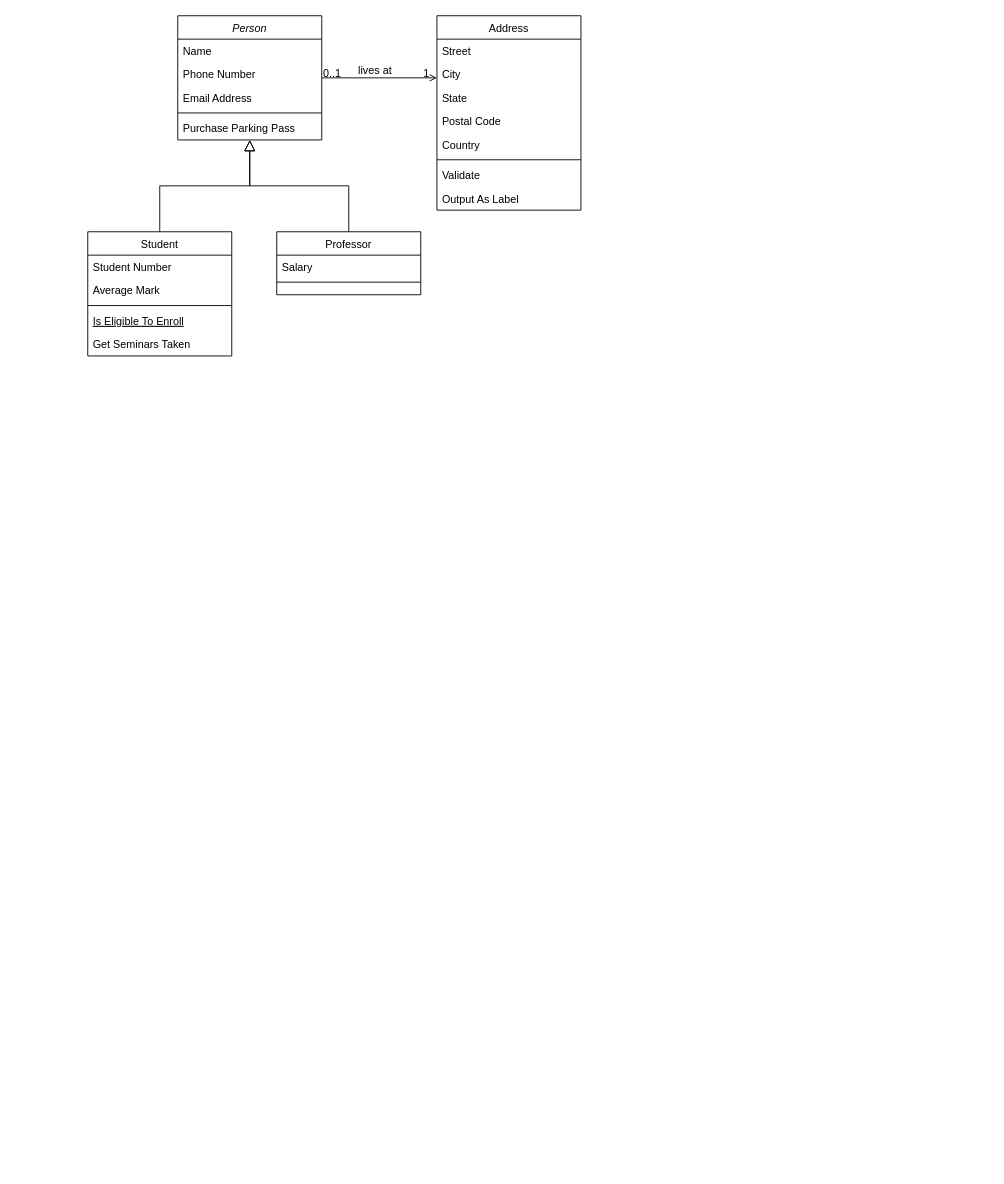
Before: test.drawio in Saito40/motor-controller, a draw.io diagram. Source tidied: cells renumbered, new cells numbered last; positions are measured from the earlier drawing's top-left corner, leaving out a move shared by most shapes. Both pictures are drawn from the tidied source at 90%, with x=0, y=0 at pixel (87, 15).
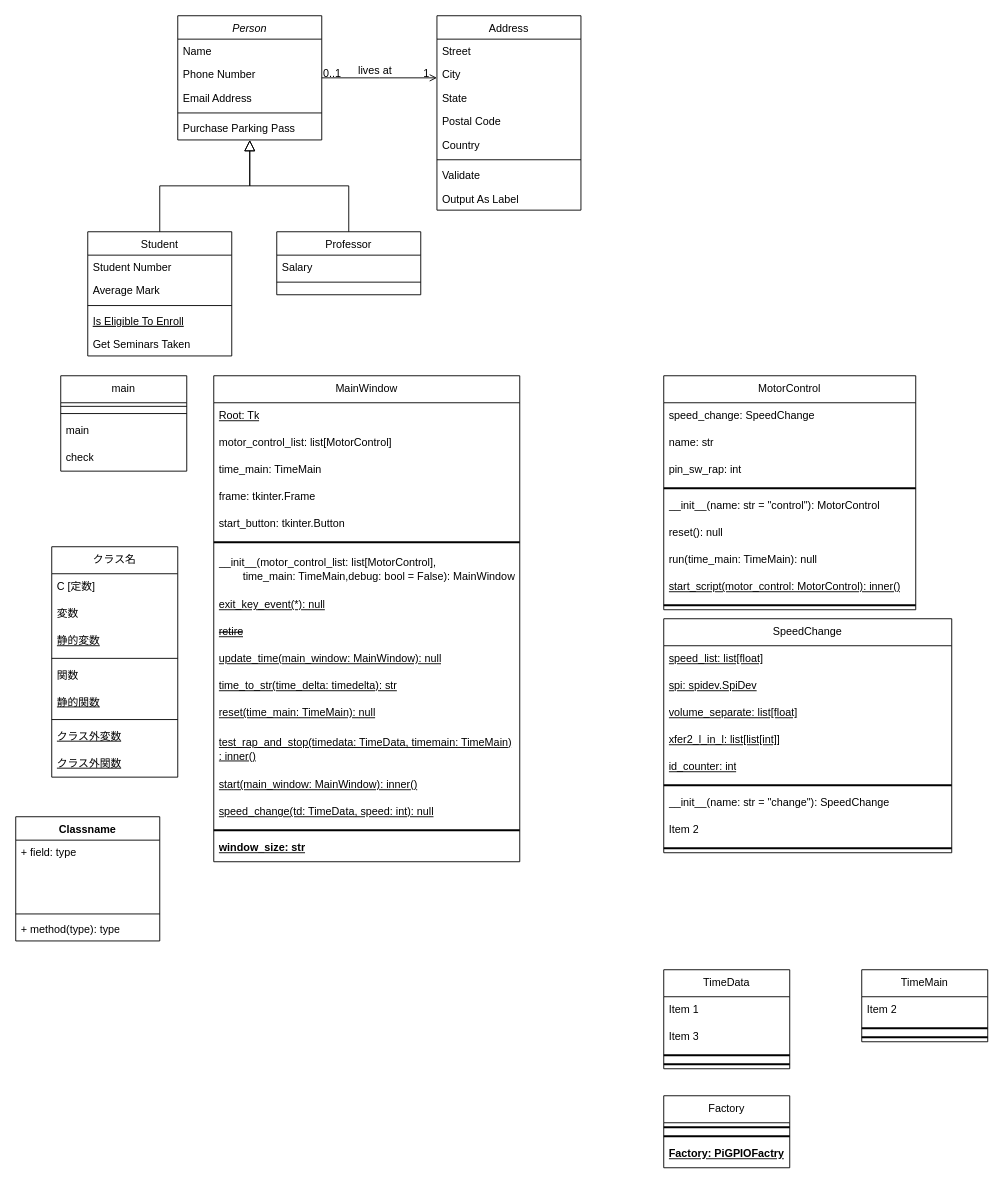
After the change.

Change to the diagram source:
```diff
@@
+    <mxCell id="32" value="main" style="swimlane;fontStyle=0;horizontal=1;startSize=30;whiteSpace=wrap;html=1;" parent="1" vertex="1">
+      <mxGeometry x="-30" y="400" width="140" height="106" as="geometry" />
+    </mxCell>
+    <mxCell id="33" style="line;html=1;strokeWidth=1;align=left;verticalAlign=middle;spacingTop=-1;spacingLeft=3;spacingRight=3;labelPosition=right;" parent="32" vertex="1">
+      <mxGeometry y="30" width="140" height="8" as="geometry" />
+    </mxCell>
+    <mxCell id="34" style="line;html=1;strokeWidth=1;align=left;verticalAlign=middle;spacingTop=-1;spacingLeft=3;spacingRight=3;labelPosition=right;" parent="32" vertex="1">
+      <mxGeometry y="38" width="140" height="8" as="geometry" />
+    </mxCell>
+    <mxCell id="35" value="main" style="text;strokeColor=none;fillColor=none;align=left;verticalAlign=middle;spacingLeft=4;spacingRight=4;overflow=hidden;whiteSpace=wrap;html=1;" parent="32" vertex="1">
+      <mxGeometry y="46" width="140" height="30" as="geometry" />
+    </mxCell>
+    <mxCell id="36" value="check" style="text;strokeColor=none;fillColor=none;align=left;verticalAlign=middle;spacingLeft=4;spacingRight=4;overflow=hidden;whiteSpace=wrap;html=1;" parent="32" vertex="1">
+      <mxGeometry y="76" width="140" height="30" as="geometry" />
+    </mxCell>
+    <mxCell id="37" value="MainWindow" style="swimlane;fontStyle=0;horizontal=1;startSize=30;whiteSpace=wrap;html=1;" parent="1" vertex="1">
+      <mxGeometry x="140" y="400" width="340" height="540" as="geometry" />
+    </mxCell>
+    <mxCell id="38" value="Root: Tk" style="text;strokeColor=none;fillColor=none;align=left;verticalAlign=middle;spacingLeft=4;spacingRight=4;overflow=hidden;whiteSpace=wrap;html=1;fontStyle=4;" parent="37" vertex="1">
+      <mxGeometry y="30" width="340" height="30" as="geometry" />
+    </mxCell>
+    <mxCell id="39" value="motor_control_list: list[MotorControl]" style="text;strokeColor=none;fillColor=none;align=left;verticalAlign=middle;spacingLeft=4;spacingRight=4;overflow=hidden;whiteSpace=wrap;html=1;" parent="37" vertex="1">
+      <mxGeometry y="60" width="340" height="30" as="geometry" />
+    </mxCell>
+    <mxCell id="40" value="time_main: TimeMain" style="text;strokeColor=none;fillColor=none;align=left;verticalAlign=middle;spacingLeft=4;spacingRight=4;overflow=hidden;whiteSpace=wrap;html=1;" parent="37" vertex="1">
+      <mxGeometry y="90" width="340" height="30" as="geometry" />
+    </mxCell>
+    <mxCell id="41" value="frame: tkinter.Frame" style="text;strokeColor=none;fillColor=none;align=left;verticalAlign=middle;spacingLeft=4;spacingRight=4;overflow=hidden;whiteSpace=wrap;html=1;" parent="37" vertex="1">
+      <mxGeometry y="120" width="340" height="30" as="geometry" />
+    </mxCell>
+    <mxCell id="42" value="start_button: tkinter.Button" style="text;strokeColor=none;fillColor=none;align=left;verticalAlign=middle;spacingLeft=4;spacingRight=4;overflow=hidden;whiteSpace=wrap;html=1;" parent="37" vertex="1">
+      <mxGeometry y="150" width="340" height="30" as="geometry" />
+    </mxCell>
+    <mxCell id="43" style="line;strokeWidth=2;html=1;" parent="37" vertex="1">
+      <mxGeometry y="180" width="340" height="10" as="geometry" />
+    </mxCell>
+    <mxCell id="44" value="__init__(motor_control_list: list[MotorControl], &lt;br&gt;&lt;span style=&quot;white-space: pre;&quot;&gt;&#9;&lt;/span&gt;time_main: TimeMain,debug: bool = False): MainWindow" style="text;strokeColor=none;fillColor=none;align=left;verticalAlign=middle;spacingLeft=4;spacingRight=4;overflow=hidden;whiteSpace=wrap;html=1;fontStyle=0;" parent="37" vertex="1">
+      <mxGeometry y="190" width="340" height="50" as="geometry" />
+    </mxCell>
+    <mxCell id="45" value="exit_key_event(*): null" style="text;strokeColor=none;fillColor=none;align=left;verticalAlign=middle;spacingLeft=4;spacingRight=4;overflow=hidden;whiteSpace=wrap;html=1;fontStyle=4;" parent="37" vertex="1">
+      <mxGeometry y="240" width="340" height="30" as="geometry" />
+    </mxCell>
+    <mxCell id="46" value="&lt;strike&gt;retire&lt;/strike&gt;" style="text;strokeColor=none;fillColor=none;align=left;verticalAlign=middle;spacingLeft=4;spacingRight=4;overflow=hidden;whiteSpace=wrap;html=1;fontStyle=4;" parent="37" vertex="1">
+      <mxGeometry y="270" width="340" height="30" as="geometry" />
+    </mxCell>
+    <mxCell id="47" value="update_time(main_window: MainWindow): null" style="text;strokeColor=none;fillColor=none;align=left;verticalAlign=middle;spacingLeft=4;spacingRight=4;overflow=hidden;whiteSpace=wrap;html=1;fontStyle=4;" parent="37" vertex="1">
+      <mxGeometry y="300" width="340" height="30" as="geometry" />
+    </mxCell>
+    <mxCell id="48" value="time_to_str(time_delta: timedelta): str" style="text;strokeColor=none;fillColor=none;align=left;verticalAlign=middle;spacingLeft=4;spacingRight=4;overflow=hidden;whiteSpace=wrap;html=1;fontStyle=4;" parent="37" vertex="1">
+      <mxGeometry y="330" width="340" height="30" as="geometry" />
+    </mxCell>
+    <mxCell id="49" value="reset(time_main: TimeMain): null" style="text;strokeColor=none;fillColor=none;align=left;verticalAlign=middle;spacingLeft=4;spacingRight=4;overflow=hidden;whiteSpace=wrap;html=1;fontStyle=4;" parent="37" vertex="1">
+      <mxGeometry y="360" width="340" height="30" as="geometry" />
+    </mxCell>
+    <mxCell id="50" value="test_rap_and_stop(timedata: TimeData, timemain: TimeMain)&lt;br&gt;: inner()" style="text;strokeColor=none;fillColor=none;align=left;verticalAlign=middle;spacingLeft=4;spacingRight=4;overflow=hidden;whiteSpace=wrap;html=1;fontStyle=4;" parent="37" vertex="1">
+      <mxGeometry y="390" width="340" height="50" as="geometry" />
+    </mxCell>
+    <mxCell id="51" value="start(main_window: MainWindow): inner()" style="text;strokeColor=none;fillColor=none;align=left;verticalAlign=middle;spacingLeft=4;spacingRight=4;overflow=hidden;whiteSpace=wrap;html=1;fontStyle=4;" parent="37" vertex="1">
+      <mxGeometry y="440" width="340" height="30" as="geometry" />
+    </mxCell>
+    <mxCell id="52" value="speed_change(td: TimeData, speed: int): null" style="text;strokeColor=none;fillColor=none;align=left;verticalAlign=middle;spacingLeft=4;spacingRight=4;overflow=hidden;whiteSpace=wrap;html=1;fontStyle=4;" parent="37" vertex="1">
+      <mxGeometry y="470" width="340" height="30" as="geometry" />
+    </mxCell>
+    <mxCell id="53" style="line;strokeWidth=2;html=1;" parent="37" vertex="1">
+      <mxGeometry y="500" width="340" height="10" as="geometry" />
+    </mxCell>
+    <mxCell id="54" value="window_size: str" style="text;strokeColor=none;fillColor=none;align=left;verticalAlign=middle;spacingLeft=4;spacingRight=4;overflow=hidden;whiteSpace=wrap;html=1;fontStyle=5;" parent="37" vertex="1">
+      <mxGeometry y="510" width="340" height="30" as="geometry" />
+    </mxCell>
+    <mxCell id="55" value="MotorControl" style="swimlane;fontStyle=0;horizontal=1;startSize=30;whiteSpace=wrap;html=1;" parent="1" vertex="1">
+      <mxGeometry x="640" y="400" width="280" height="260" as="geometry" />
+    </mxCell>
+    <mxCell id="56" value="speed_change: SpeedChange" style="text;strokeColor=none;fillColor=none;align=left;verticalAlign=middle;spacingLeft=4;spacingRight=4;overflow=hidden;whiteSpace=wrap;html=1;" parent="55" vertex="1">
+      <mxGeometry y="30" width="280" height="30" as="geometry" />
+    </mxCell>
+    <mxCell id="57" value="name: str" style="text;strokeColor=none;fillColor=none;align=left;verticalAlign=middle;spacingLeft=4;spacingRight=4;overflow=hidden;whiteSpace=wrap;html=1;" parent="55" vertex="1">
+      <mxGeometry y="60" width="280" height="30" as="geometry" />
+    </mxCell>
+    <mxCell id="58" value="pin_sw_rap: int" style="text;strokeColor=none;fillColor=none;align=left;verticalAlign=middle;spacingLeft=4;spacingRight=4;overflow=hidden;whiteSpace=wrap;html=1;" parent="55" vertex="1">
+      <mxGeometry y="90" width="280" height="30" as="geometry" />
+    </mxCell>
+    <mxCell id="59" style="line;strokeWidth=2;html=1;" parent="55" vertex="1">
+      <mxGeometry y="120" width="280" height="10" as="geometry" />
+    </mxCell>
+    <mxCell id="60" value="__init__(name: str = &quot;control&quot;): MotorControl" style="text;strokeColor=none;fillColor=none;align=left;verticalAlign=middle;spacingLeft=4;spacingRight=4;overflow=hidden;whiteSpace=wrap;html=1;" parent="55" vertex="1">
+      <mxGeometry y="130" width="280" height="30" as="geometry" />
+    </mxCell>
+    <mxCell id="61" value="reset(): null" style="text;strokeColor=none;fillColor=none;align=left;verticalAlign=middle;spacingLeft=4;spacingRight=4;overflow=hidden;whiteSpace=wrap;html=1;" parent="55" vertex="1">
+      <mxGeometry y="160" width="280" height="30" as="geometry" />
+    </mxCell>
+    <mxCell id="62" value="run(time_main: TimeMain): null" style="text;strokeColor=none;fillColor=none;align=left;verticalAlign=middle;spacingLeft=4;spacingRight=4;overflow=hidden;whiteSpace=wrap;html=1;" parent="55" vertex="1">
+      <mxGeometry y="190" width="280" height="30" as="geometry" />
+    </mxCell>
+    <mxCell id="63" value="start_script(motor_control: MotorControl): inner()" style="text;strokeColor=none;fillColor=none;align=left;verticalAlign=middle;spacingLeft=4;spacingRight=4;overflow=hidden;whiteSpace=wrap;html=1;fontStyle=4;" parent="55" vertex="1">
+      <mxGeometry y="220" width="280" height="30" as="geometry" />
+    </mxCell>
+    <mxCell id="64" style="line;strokeWidth=2;html=1;" parent="55" vertex="1">
+      <mxGeometry y="250" width="280" height="10" as="geometry" />
+    </mxCell>
+    <mxCell id="65" value="SpeedChange" style="swimlane;fontStyle=0;horizontal=1;startSize=30;whiteSpace=wrap;html=1;" parent="1" vertex="1">
+      <mxGeometry x="640" y="670" width="320" height="260" as="geometry" />
+    </mxCell>
+    <mxCell id="66" value="speed_list: list[float]" style="text;strokeColor=none;fillColor=none;align=left;verticalAlign=middle;spacingLeft=4;spacingRight=4;overflow=hidden;whiteSpace=wrap;html=1;fontStyle=4;" parent="65" vertex="1">
+      <mxGeometry y="30" width="320" height="30" as="geometry" />
+    </mxCell>
+    <mxCell id="67" value="spi: spidev.SpiDev" style="text;strokeColor=none;fillColor=none;align=left;verticalAlign=middle;spacingLeft=4;spacingRight=4;overflow=hidden;whiteSpace=wrap;html=1;fontStyle=4;" parent="65" vertex="1">
+      <mxGeometry y="60" width="320" height="30" as="geometry" />
+    </mxCell>
+    <mxCell id="68" value="volume_separate: list[float]" style="text;strokeColor=none;fillColor=none;align=left;verticalAlign=middle;spacingLeft=4;spacingRight=4;overflow=hidden;whiteSpace=wrap;html=1;fontStyle=4;" parent="65" vertex="1">
+      <mxGeometry y="90" width="320" height="30" as="geometry" />
+    </mxCell>
+    <mxCell id="69" value="xfer2_l_in_l: list[list[int]]" style="text;strokeColor=none;fillColor=none;align=left;verticalAlign=middle;spacingLeft=4;spacingRight=4;overflow=hidden;whiteSpace=wrap;html=1;fontStyle=4;" parent="65" vertex="1">
+      <mxGeometry y="120" width="320" height="30" as="geometry" />
+    </mxCell>
+    <mxCell id="70" value="id_counter: int" style="text;strokeColor=none;fillColor=none;align=left;verticalAlign=middle;spacingLeft=4;spacingRight=4;overflow=hidden;whiteSpace=wrap;html=1;fontStyle=4;" parent="65" vertex="1">
+      <mxGeometry y="150" width="320" height="30" as="geometry" />
+    </mxCell>
+    <mxCell id="71" style="line;strokeWidth=2;html=1;" parent="65" vertex="1">
+      <mxGeometry y="180" width="320" height="10" as="geometry" />
+    </mxCell>
+    <mxCell id="72" value="__init__(name: str = &quot;change&quot;): SpeedChange" style="text;strokeColor=none;fillColor=none;align=left;verticalAlign=middle;spacingLeft=4;spacingRight=4;overflow=hidden;whiteSpace=wrap;html=1;" parent="65" vertex="1">
+      <mxGeometry y="190" width="320" height="30" as="geometry" />
+    </mxCell>
+    <mxCell id="73" value="Item 2" style="text;strokeColor=none;fillColor=none;align=left;verticalAlign=middle;spacingLeft=4;spacingRight=4;overflow=hidden;whiteSpace=wrap;html=1;" parent="65" vertex="1">
+      <mxGeometry y="220" width="320" height="30" as="geometry" />
+    </mxCell>
+    <mxCell id="74" style="line;strokeWidth=2;html=1;" parent="65" vertex="1">
+      <mxGeometry y="250" width="320" height="10" as="geometry" />
+    </mxCell>
+    <mxCell id="75" value="TimeData" style="swimlane;fontStyle=0;horizontal=1;startSize=30;whiteSpace=wrap;html=1;" parent="1" vertex="1">
+      <mxGeometry x="640" y="1060" width="140" height="110" as="geometry" />
+    </mxCell>
+    <mxCell id="76" value="Item 1" style="text;strokeColor=none;fillColor=none;align=left;verticalAlign=middle;spacingLeft=4;spacingRight=4;overflow=hidden;whiteSpace=wrap;html=1;" parent="75" vertex="1">
+      <mxGeometry y="30" width="140" height="30" as="geometry" />
+    </mxCell>
+    <mxCell id="77" value="Item 3" style="text;strokeColor=none;fillColor=none;align=left;verticalAlign=middle;spacingLeft=4;spacingRight=4;overflow=hidden;whiteSpace=wrap;html=1;" parent="75" vertex="1">
+      <mxGeometry y="60" width="140" height="30" as="geometry" />
+    </mxCell>
+    <mxCell id="78" style="line;strokeWidth=2;html=1;" parent="75" vertex="1">
+      <mxGeometry y="90" width="140" height="10" as="geometry" />
+    </mxCell>
+    <mxCell id="79" style="line;strokeWidth=2;html=1;" parent="75" vertex="1">
+      <mxGeometry y="100" width="140" height="10" as="geometry" />
+    </mxCell>
+    <mxCell id="80" value="Factory" style="swimlane;fontStyle=0;horizontal=1;startSize=30;whiteSpace=wrap;html=1;" parent="1" vertex="1">
+      <mxGeometry x="640" y="1200" width="140" height="80" as="geometry" />
+    </mxCell>
+    <mxCell id="81" style="line;strokeWidth=2;html=1;" parent="80" vertex="1">
+      <mxGeometry y="30" width="140" height="10" as="geometry" />
+    </mxCell>
+    <mxCell id="82" style="line;strokeWidth=2;html=1;" parent="80" vertex="1">
+      <mxGeometry y="40" width="140" height="10" as="geometry" />
+    </mxCell>
+    <mxCell id="83" value="Factory: PiGPIOFactry" style="text;strokeColor=none;fillColor=none;align=left;verticalAlign=middle;spacingLeft=4;spacingRight=4;overflow=hidden;whiteSpace=wrap;html=1;fontStyle=5;" parent="80" vertex="1">
+      <mxGeometry y="50" width="140" height="30" as="geometry" />
+    </mxCell>
+    <mxCell id="84" value="TimeMain" style="swimlane;fontStyle=0;horizontal=1;startSize=30;whiteSpace=wrap;html=1;" parent="1" vertex="1">
+      <mxGeometry x="860" y="1060" width="140" height="80" as="geometry" />
+    </mxCell>
+    <mxCell id="85" value="Item 2" style="text;strokeColor=none;fillColor=none;align=left;verticalAlign=middle;spacingLeft=4;spacingRight=4;overflow=hidden;whiteSpace=wrap;html=1;" parent="84" vertex="1">
+      <mxGeometry y="30" width="140" height="30" as="geometry" />
+    </mxCell>
+    <mxCell id="86" style="line;strokeWidth=2;html=1;" parent="84" vertex="1">
+      <mxGeometry y="60" width="140" height="10" as="geometry" />
+    </mxCell>
+    <mxCell id="87" style="line;strokeWidth=2;html=1;" parent="84" vertex="1">
+      <mxGeometry y="70" width="140" height="10" as="geometry" />
+    </mxCell>
+    <mxCell id="88" value="クラス名" style="swimlane;fontStyle=0;horizontal=1;startSize=30;whiteSpace=wrap;html=1;" parent="1" vertex="1">
+      <mxGeometry x="-40" y="590" width="140" height="256" as="geometry" />
+    </mxCell>
+    <mxCell id="89" value="C [定数]" style="text;strokeColor=none;fillColor=none;align=left;verticalAlign=middle;spacingLeft=4;spacingRight=4;overflow=hidden;whiteSpace=wrap;html=1;" parent="88" vertex="1">
+      <mxGeometry y="30" width="140" height="30" as="geometry" />
+    </mxCell>
+    <mxCell id="90" value="変数" style="text;strokeColor=none;fillColor=none;align=left;verticalAlign=middle;spacingLeft=4;spacingRight=4;overflow=hidden;whiteSpace=wrap;html=1;" parent="88" vertex="1">
+      <mxGeometry y="60" width="140" height="30" as="geometry" />
+    </mxCell>
+    <mxCell id="91" value="静的変数" style="text;strokeColor=none;fillColor=none;align=left;verticalAlign=middle;spacingLeft=4;spacingRight=4;overflow=hidden;whiteSpace=wrap;html=1;fontStyle=4;" parent="88" vertex="1">
+      <mxGeometry y="90" width="140" height="30" as="geometry" />
+    </mxCell>
+    <mxCell id="92" style="line;html=1;strokeWidth=1;align=left;verticalAlign=middle;spacingTop=-1;spacingLeft=3;spacingRight=3;labelPosition=right;" parent="88" vertex="1">
+      <mxGeometry y="120" width="140" height="8" as="geometry" />
+    </mxCell>
+    <mxCell id="93" value="関数" style="text;strokeColor=none;fillColor=none;align=left;verticalAlign=middle;spacingLeft=4;spacingRight=4;overflow=hidden;whiteSpace=wrap;html=1;" parent="88" vertex="1">
+      <mxGeometry y="128" width="140" height="30" as="geometry" />
+    </mxCell>
+    <mxCell id="94" value="&lt;u&gt;静的関数&lt;/u&gt;" style="text;strokeColor=none;fillColor=none;align=left;verticalAlign=middle;spacingLeft=4;spacingRight=4;overflow=hidden;whiteSpace=wrap;html=1;" parent="88" vertex="1">
+      <mxGeometry y="158" width="140" height="30" as="geometry" />
+    </mxCell>
+    <mxCell id="95" style="line;html=1;strokeWidth=1;align=left;verticalAlign=middle;spacingTop=-1;spacingLeft=3;spacingRight=3;labelPosition=right;" parent="88" vertex="1">
+      <mxGeometry y="188" width="140" height="8" as="geometry" />
+    </mxCell>
+    <mxCell id="96" value="クラス外変数" style="text;strokeColor=none;fillColor=none;align=left;verticalAlign=middle;spacingLeft=4;spacingRight=4;overflow=hidden;whiteSpace=wrap;html=1;fontStyle=4;" parent="88" vertex="1">
+      <mxGeometry y="196" width="140" height="30" as="geometry" />
+    </mxCell>
+    <mxCell id="97" value="&lt;u&gt;クラス外関数&lt;/u&gt;" style="text;strokeColor=none;fillColor=none;align=left;verticalAlign=middle;spacingLeft=4;spacingRight=4;overflow=hidden;whiteSpace=wrap;html=1;" parent="88" vertex="1">
+      <mxGeometry y="226" width="140" height="30" as="geometry" />
+    </mxCell>
+    <mxCell id="98" value="Classname" style="swimlane;fontStyle=1;align=center;verticalAlign=top;horizontal=1;startSize=26;whiteSpace=wrap;html=1;" parent="1" vertex="1">
+      <mxGeometry x="-80" y="890" width="160" height="138" as="geometry" />
+    </mxCell>
+    <mxCell id="99" value="+ field: type" style="text;strokeColor=none;fillColor=none;align=left;verticalAlign=top;spacingLeft=4;spacingRight=4;overflow=hidden;whiteSpace=wrap;html=1;" parent="98" vertex="1">
+      <mxGeometry y="26" width="160" height="26" as="geometry" />
+    </mxCell>
+    <mxCell id="100" style="text;strokeColor=none;fillColor=none;align=left;verticalAlign=top;spacingLeft=4;spacingRight=4;overflow=hidden;whiteSpace=wrap;html=1;" parent="98" vertex="1">
+      <mxGeometry y="52" width="160" height="26" as="geometry" />
+    </mxCell>
+    <mxCell id="101" style="text;strokeColor=none;fillColor=none;align=left;verticalAlign=top;spacingLeft=4;spacingRight=4;overflow=hidden;whiteSpace=wrap;html=1;" parent="98" vertex="1">
+      <mxGeometry y="78" width="160" height="26" as="geometry" />
+    </mxCell>
+    <mxCell id="102" style="line;strokeWidth=1;fillColor=none;align=left;verticalAlign=middle;spacingTop=-1;spacingLeft=3;spacingRight=3;labelPosition=right;strokeColor=inherit;" parent="98" vertex="1">
+      <mxGeometry y="104" width="160" height="8" as="geometry" />
+    </mxCell>
+    <mxCell id="103" value="+ method(type): type" style="text;strokeColor=none;fillColor=none;align=left;verticalAlign=top;spacingLeft=4;spacingRight=4;overflow=hidden;whiteSpace=wrap;html=1;" parent="98" vertex="1">
+      <mxGeometry y="112" width="160" height="26" as="geometry" />
+    </mxCell>
```
